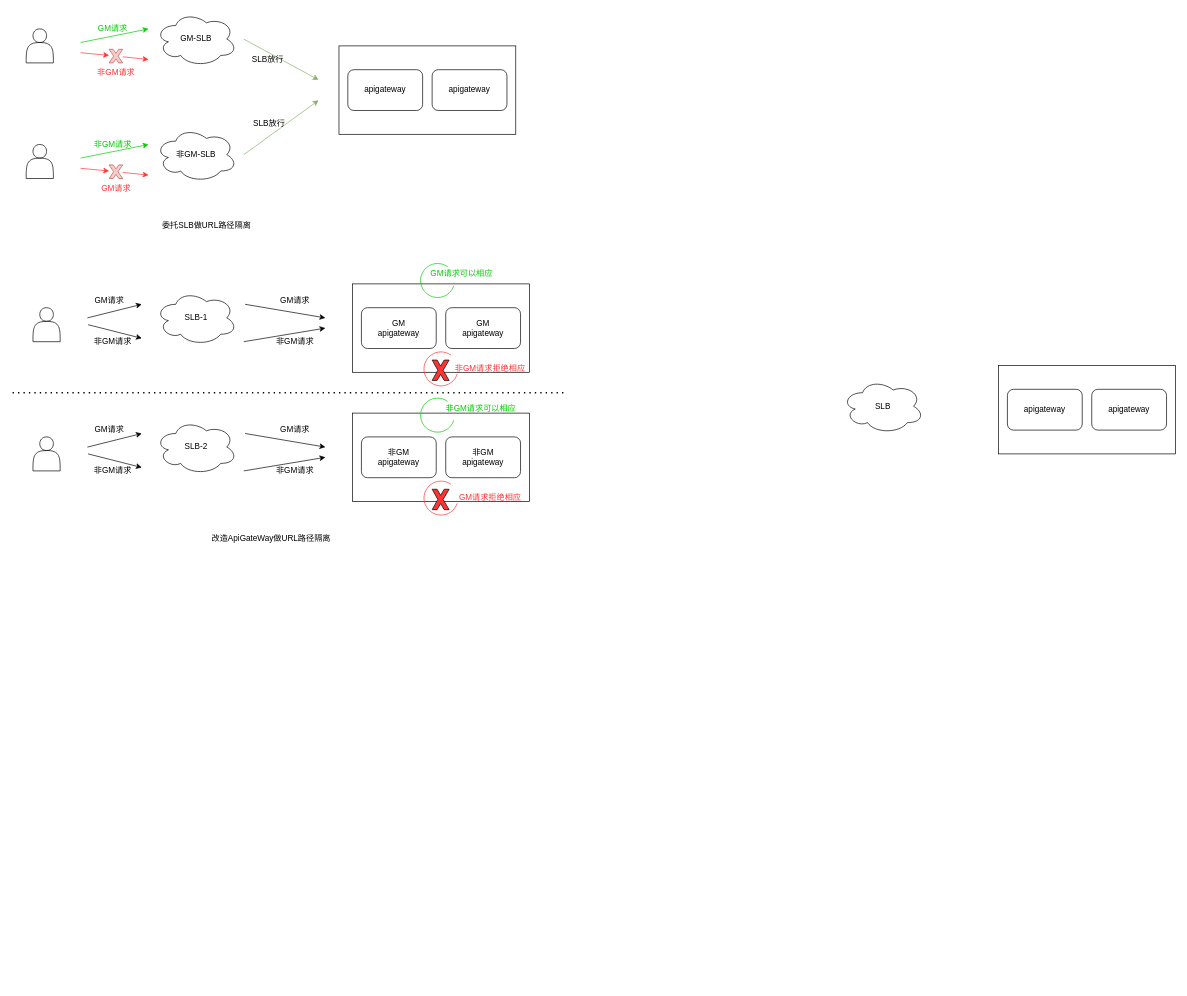
Above: SSJJ2/ApiGateWay服务隔离.drawio in Ordertiny/graph (draw.io), before the change. Source tidied: cells renumbered, new cells numbered last; positions are measured from the earlier drawing's top-left corner, leaving out a move shared by most shapes. Both pictures are drawn from the tidied source at 68%, with x=0, y=0 at pixel (12, 12).
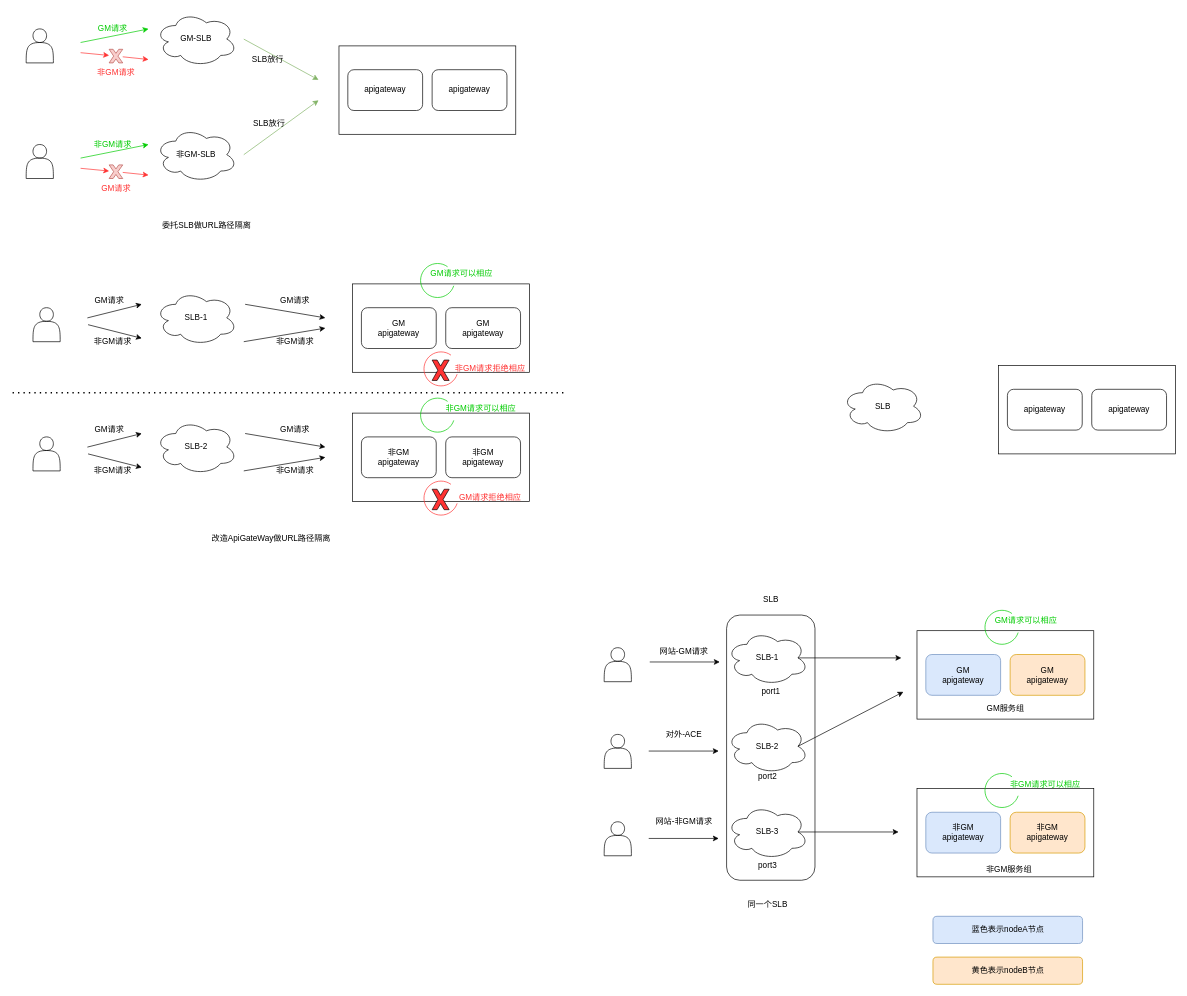
The same page after the edit.

Commit message:
更新ApiGateWay服务隔离.drawio

What changed in the source:
```diff
@@
+    <mxCell id="72" style="rounded=1;whiteSpace=wrap;html=1;" parent="1" vertex="1">
+      <mxGeometry x="1050" y="887" width="130" height="390" as="geometry" />
+    </mxCell>
@@
+    <mxCell id="73" value="SLB-1" style="ellipse;shape=cloud;whiteSpace=wrap;html=1;" parent="1" vertex="1">
+      <mxGeometry x="1050" y="910" width="120" height="80" as="geometry" />
+    </mxCell>
+    <mxCell id="74" style="group;" parent="1" vertex="1">
+      <mxGeometry x="1330" y="910" width="267" height="150" as="geometry" />
+    </mxCell>
+    <mxCell id="75" style="rounded=0;whiteSpace=wrap;html=1;" parent="74" vertex="1">
+      <mxGeometry width="260" height="130" as="geometry" />
+    </mxCell>
+    <mxCell id="76" value="GM&lt;br&gt;apigateway" style="rounded=1;whiteSpace=wrap;html=1;fillColor=#dae8fc;strokeColor=#6c8ebf;" parent="74" vertex="1">
+      <mxGeometry x="13" y="35" width="110" height="60" as="geometry" />
+    </mxCell>
+    <mxCell id="77" value="GM&lt;br&gt;apigateway" style="rounded=1;whiteSpace=wrap;html=1;fillColor=#ffe6cc;strokeColor=#d79b00;" parent="74" vertex="1">
+      <mxGeometry x="137" y="35" width="110" height="60" as="geometry" />
+    </mxCell>
+    <mxCell id="78" style="verticalLabelPosition=bottom;verticalAlign=top;html=1;shape=mxgraph.basic.arc;startAngle=0.3;endAngle=0.1;strokeColor=#00CC00;fontColor=#00CC00;" parent="74" vertex="1">
+      <mxGeometry x="100" y="-30" width="50" height="50" as="geometry" />
+    </mxCell>
+    <mxCell id="79" value="GM请求可以相应" style="text;html=1;align=center;verticalAlign=middle;strokeColor=none;fillColor=none;fontColor=#00CC00;" parent="74" vertex="1">
+      <mxGeometry x="105" y="-30" width="110" height="30" as="geometry" />
+    </mxCell>
+    <mxCell id="80" value="GM服务组" style="text;html=1;align=center;verticalAlign=middle;strokeColor=none;fillColor=none;" parent="74" vertex="1">
+      <mxGeometry x="90" y="100" width="80" height="30" as="geometry" />
+    </mxCell>
+    <mxCell id="81" style="shape=actor;whiteSpace=wrap;html=1;" parent="1" vertex="1">
+      <mxGeometry x="870" y="935" width="40" height="50" as="geometry" />
+    </mxCell>
+    <mxCell id="82" style="endArrow=classic;html=1;rounded=0;" parent="1" edge="1">
+      <mxGeometry relative="1" as="geometry">
+        <mxPoint x="937" y="956" as="sourcePoint" />
+        <mxPoint x="1040" y="956" as="targetPoint" />
+      </mxGeometry>
+    </mxCell>
+    <mxCell id="83" value="网站-GM请求" style="text;html=1;align=center;verticalAlign=middle;strokeColor=none;fillColor=none;" parent="1" vertex="1">
+      <mxGeometry x="942" y="926" width="90" height="30" as="geometry" />
+    </mxCell>
+    <mxCell id="84" value="SLB-3" style="ellipse;shape=cloud;whiteSpace=wrap;html=1;" parent="1" vertex="1">
+      <mxGeometry x="1050" y="1166" width="120" height="80" as="geometry" />
+    </mxCell>
+    <mxCell id="85" style="shape=actor;whiteSpace=wrap;html=1;" parent="1" vertex="1">
+      <mxGeometry x="870" y="1191" width="40" height="50" as="geometry" />
+    </mxCell>
+    <mxCell id="86" value="网站-非GM请求" style="text;html=1;align=center;verticalAlign=middle;strokeColor=none;fillColor=none;" parent="1" vertex="1">
+      <mxGeometry x="932" y="1176" width="110" height="30" as="geometry" />
+    </mxCell>
+    <mxCell id="87" style="group;" parent="1" vertex="1">
+      <mxGeometry x="1340" y="1090" width="267" height="187" as="geometry" />
+    </mxCell>
+    <mxCell id="88" style="rounded=0;whiteSpace=wrap;html=1;" parent="87" vertex="1">
+      <mxGeometry x="-10" y="52" width="260" height="130" as="geometry" />
+    </mxCell>
+    <mxCell id="89" value="非GM&lt;br&gt;apigateway" style="rounded=1;whiteSpace=wrap;html=1;fillColor=#dae8fc;strokeColor=#6c8ebf;" parent="87" vertex="1">
+      <mxGeometry x="3" y="87" width="110" height="60" as="geometry" />
+    </mxCell>
+    <mxCell id="90" value="非GM&lt;br&gt;apigateway" style="rounded=1;whiteSpace=wrap;html=1;fillColor=#ffe6cc;strokeColor=#d79b00;" parent="87" vertex="1">
+      <mxGeometry x="127" y="87" width="110" height="60" as="geometry" />
+    </mxCell>
+    <mxCell id="91" style="verticalLabelPosition=bottom;verticalAlign=top;html=1;shape=mxgraph.basic.arc;startAngle=0.3;endAngle=0.1;strokeColor=#00CC00;fontColor=#00CC00;" parent="87" vertex="1">
+      <mxGeometry x="90" y="30" width="50" height="50" as="geometry" />
+    </mxCell>
+    <mxCell id="92" value="&amp;nbsp; &amp;nbsp; &amp;nbsp; &amp;nbsp; &amp;nbsp; &amp;nbsp;非GM请求可以相应" style="text;html=1;align=center;verticalAlign=middle;strokeColor=none;fillColor=none;fontColor=#00CC00;" parent="87" vertex="1">
+      <mxGeometry x="80" y="31" width="160" height="30" as="geometry" />
+    </mxCell>
+    <mxCell id="93" value="非GM服务组" style="text;html=1;align=center;verticalAlign=middle;strokeColor=none;fillColor=none;" parent="87" vertex="1">
+      <mxGeometry x="80" y="157" width="90" height="30" as="geometry" />
+    </mxCell>
+    <mxCell id="94" style="endArrow=classic;html=1;rounded=0;exitX=0.875;exitY=0.5;exitDx=0;exitDy=0;exitPerimeter=0;" parent="1" edge="1" source="73">
+      <mxGeometry relative="1" as="geometry">
+        <mxPoint x="1307" y="950" as="targetPoint" />
+      </mxGeometry>
+    </mxCell>
+    <mxCell id="95" style="endArrow=classic;html=1;rounded=0;" parent="1" edge="1">
+      <mxGeometry relative="1" as="geometry">
+        <mxPoint x="935.5" y="1215.5" as="sourcePoint" />
+        <mxPoint x="1038.5" y="1215.5" as="targetPoint" />
+      </mxGeometry>
+    </mxCell>
+    <mxCell id="96" style="endArrow=classic;html=1;rounded=0;exitX=0.875;exitY=0.5;exitDx=0;exitDy=0;exitPerimeter=0;" parent="1" edge="1" source="84">
+      <mxGeometry relative="1" as="geometry">
+        <mxPoint x="1303" y="1206" as="targetPoint" />
+      </mxGeometry>
+    </mxCell>
+    <mxCell id="97" value="SLB-2" style="ellipse;shape=cloud;whiteSpace=wrap;html=1;" parent="1" vertex="1">
+      <mxGeometry x="1050" y="1040" width="120" height="80" as="geometry" />
+    </mxCell>
+    <mxCell id="98" style="shape=actor;whiteSpace=wrap;html=1;" parent="1" vertex="1">
+      <mxGeometry x="870" y="1062.5" width="40" height="50" as="geometry" />
+    </mxCell>
+    <mxCell id="99" value="对外-ACE" style="text;html=1;align=center;verticalAlign=middle;strokeColor=none;fillColor=none;" parent="1" vertex="1">
+      <mxGeometry x="947" y="1047.5" width="80" height="30" as="geometry" />
+    </mxCell>
+    <mxCell id="100" style="endArrow=classic;html=1;rounded=0;" parent="1" edge="1">
+      <mxGeometry relative="1" as="geometry">
+        <mxPoint x="935.5" y="1087" as="sourcePoint" />
+        <mxPoint x="1038.5" y="1087" as="targetPoint" />
+      </mxGeometry>
+    </mxCell>
+    <mxCell id="101" style="endArrow=classic;html=1;rounded=0;exitX=0.875;exitY=0.5;exitDx=0;exitDy=0;exitPerimeter=0;" parent="1" edge="1" source="97">
+      <mxGeometry relative="1" as="geometry">
+        <mxPoint x="1310" y="1000" as="targetPoint" />
+      </mxGeometry>
+    </mxCell>
+    <mxCell id="102" value="SLB" style="text;html=1;align=center;verticalAlign=middle;strokeColor=none;fillColor=none;" parent="1" vertex="1">
+      <mxGeometry x="1090" y="850" width="50" height="30" as="geometry" />
+    </mxCell>
+    <mxCell id="103" value="蓝色表示nodeA节点" style="rounded=1;whiteSpace=wrap;html=1;fillColor=#dae8fc;strokeColor=#6c8ebf;" parent="1" vertex="1">
+      <mxGeometry x="1353.5" y="1330" width="220" height="40" as="geometry" />
+    </mxCell>
+    <mxCell id="104" value="黄色表示nodeB节点" style="rounded=1;whiteSpace=wrap;html=1;fillColor=#ffe6cc;strokeColor=#d79b00;" parent="1" vertex="1">
+      <mxGeometry x="1353.5" y="1390" width="220" height="40" as="geometry" />
+    </mxCell>
+    <mxCell id="105" value="port2" style="text;html=1;align=center;verticalAlign=middle;strokeColor=none;fillColor=none;" parent="1" vertex="1">
+      <mxGeometry x="1085" y="1110" width="50" height="30" as="geometry" />
+    </mxCell>
+    <mxCell id="106" value="port1" style="text;html=1;align=center;verticalAlign=middle;strokeColor=none;fillColor=none;" parent="1" vertex="1">
+      <mxGeometry x="1090" y="985" width="50" height="30" as="geometry" />
+    </mxCell>
+    <mxCell id="107" value="port3" style="text;html=1;align=center;verticalAlign=middle;strokeColor=none;fillColor=none;" parent="1" vertex="1">
+      <mxGeometry x="1085" y="1240" width="50" height="30" as="geometry" />
+    </mxCell>
+    <mxCell id="108" value="同一个SLB" style="text;html=1;align=center;verticalAlign=middle;strokeColor=none;fillColor=none;" parent="1" vertex="1">
+      <mxGeometry x="1070" y="1298" width="80" height="30" as="geometry" />
+    </mxCell>
```
